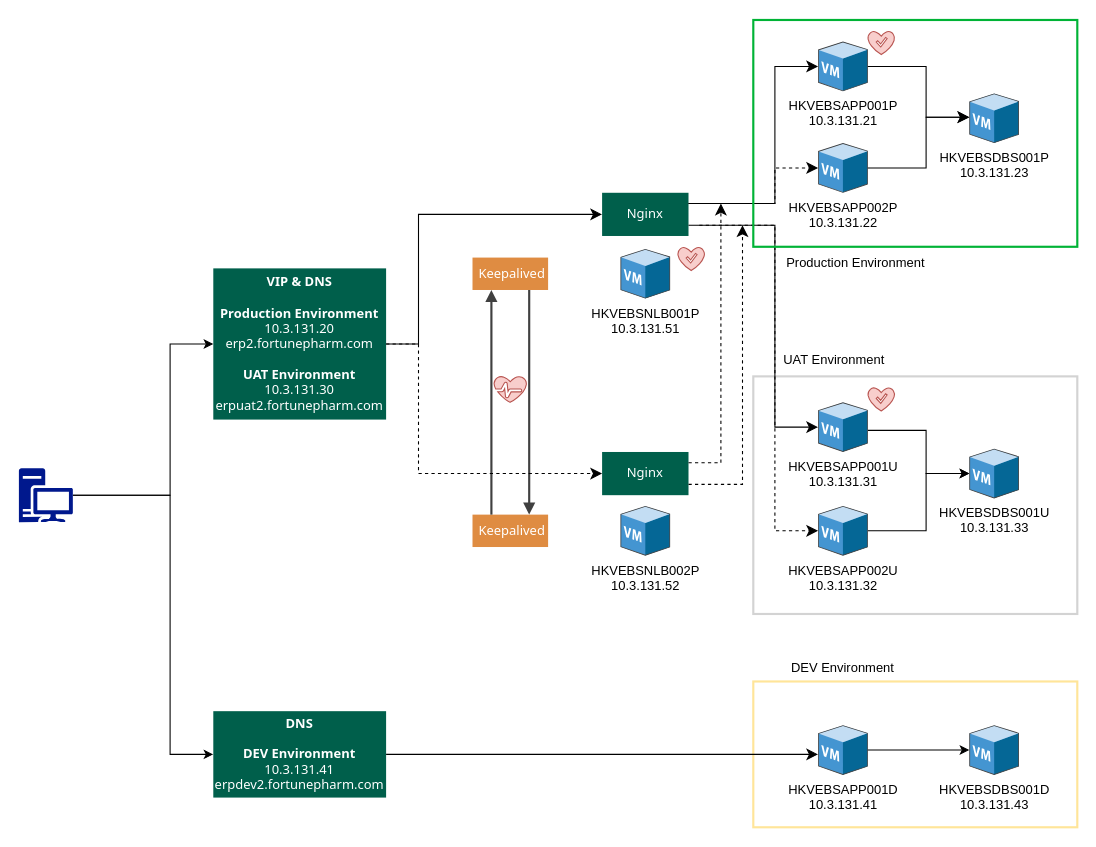
The draw.io diagram EBS.drawio in rwo001/FP, before the edit. Source tidied: cells renumbered, new cells numbered last; positions are measured from the earlier drawing's top-left corner, leaving out a move shared by most shapes. Both pictures are drawn from the tidied source at 108%, with x=0, y=0 at pixel (18, 19).
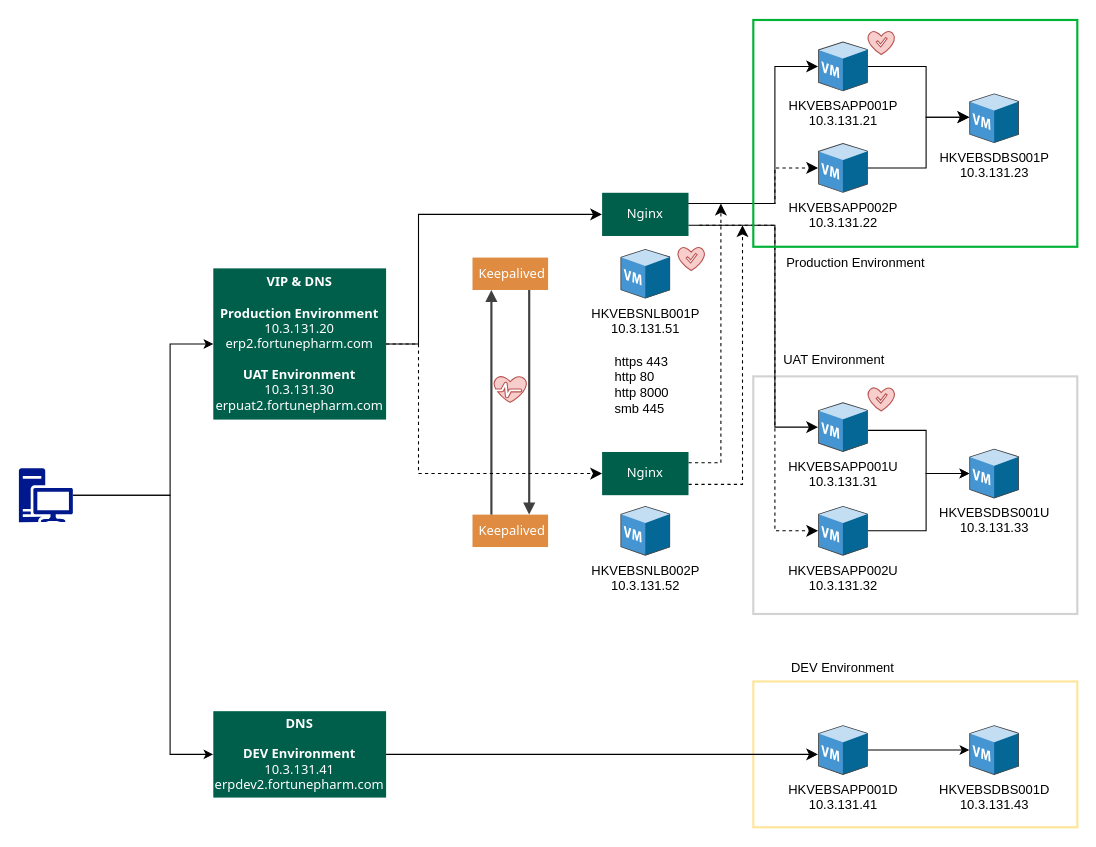
After the change.

The edit, as a diff of the source:
```diff
@@
+    <mxCell id="47" value="&lt;h1 style=&quot;margin-top: 0px;&quot;&gt;&lt;br&gt;&lt;/h1&gt;&lt;p&gt;https 443&lt;br&gt;http 80&lt;br&gt;http 8000&lt;br&gt;smb 445&lt;/p&gt;" style="text;html=1;whiteSpace=wrap;overflow=hidden;rounded=0;" parent="1" vertex="1">
+      <mxGeometry x="550" y="258" width="60" height="110" as="geometry" />
+    </mxCell>
```
